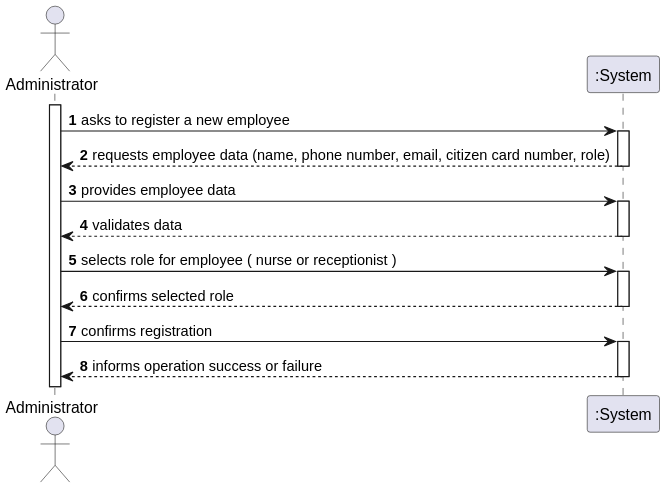
Parafita123/leti-esoft-25-26-B1 keeps this PlantUML diagram as docs/Sprint2/US14/svg/US14-SSD.svg. Above is the earlier version. The source it was exported from:
```plantuml
@startuml

autoactivate on
autonumber

actor "Administrator" as Admin
participant ":System" as System

activate Admin

Admin -> System: asks to register a new employee
System --> Admin: requests employee data (name, phone number, email, citizen card number, role)

Admin -> System: provides employee data
System --> Admin: validates data

Admin -> System: selects role for employee ( nurse or receptionist )
System --> Admin: confirms selected role

Admin -> System: confirms registration
System --> Admin: informs operation success or failure
@enduml
```
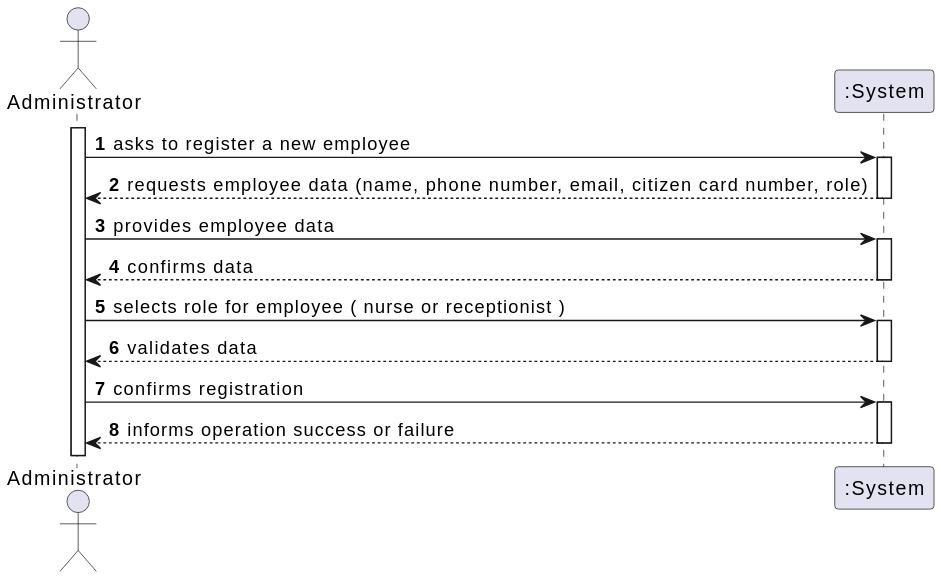
Above is the later version.

Commit message:
Merge remote-tracking branch 'origin/main'

# Conflicts:
#	.idea/leti-esoft-25-26-B1.iml

The edit, as a diff of the source:
```diff
@@ -12,10 +12,10 @@
 System --> Admin: requests employee data (name, phone number, email, citizen card number, role)
 
 Admin -> System: provides employee data
-System --> Admin: validates data
+System --> Admin:  confirms data
 
 Admin -> System: selects role for employee ( nurse or receptionist )
-System --> Admin: confirms selected role
+System --> Admin: validates data
 
 Admin -> System: confirms registration
 System --> Admin: informs operation success or failure
```
